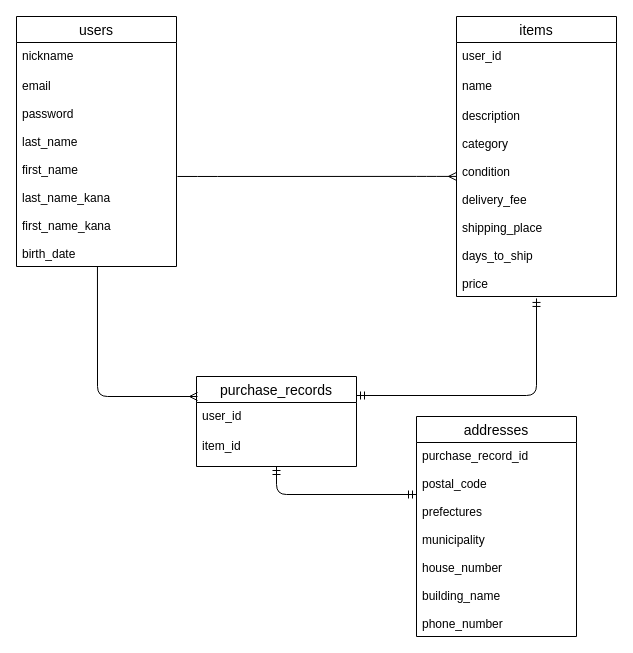
Above: database.dio in shu-matsu09/furima-33356 (draw.io), before the change. Source tidied: cells renumbered, new cells numbered last; positions are measured from the earlier drawing's top-left corner, leaving out a move shared by most shapes. Both pictures are drawn from the tidied source at 100%, with x=0, y=0 at pixel (16, 16).
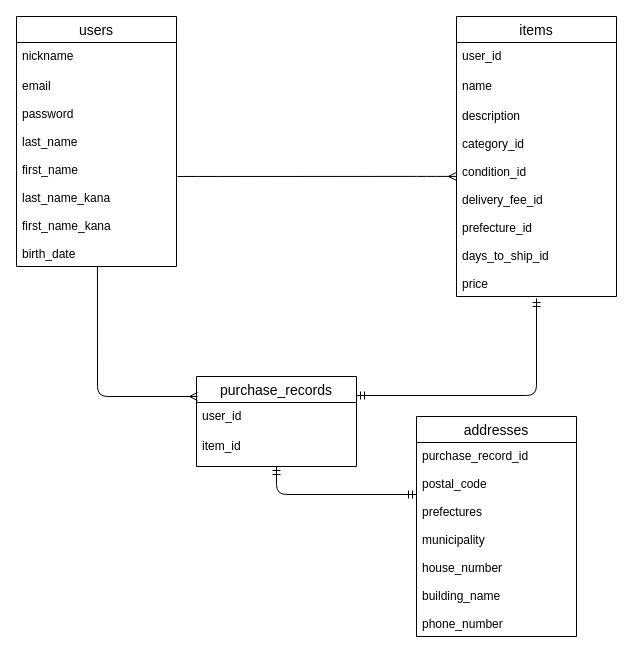
Above is the later version.

Commit message (it also covers changes not shown here):
テーブル設計の修正

Unchanged cells that the change refers to:
```xml
<mxCell id="5" value="items" style="swimlane;fontStyle=0;horizontal=1;startSize=26;align=center;fontSize=14;rounded=0;sketch=0;" parent="1" vertex="1">
  <mxGeometry x="440" width="160" height="280" as="geometry" />
</mxCell>
```

What changed in the source:
```diff
@@
-    <mxCell id="8" value="description&#10;&#10;category&#10;&#10;condition&#10;&#10;delivery_fee&#10;&#10;shipping_place&#10;&#10;days_to_ship&#10;&#10;price" style="text;strokeColor=none;fillColor=none;spacingLeft=4;spacingRight=4;overflow=hidden;points=[[0,0.5],[1,0.5]];portConstraint=eastwest;fontSize=12;" parent="5" vertex="1">
+    <mxCell id="8" value="description&#10;&#10;category_id&#10;&#10;condition_id&#10;&#10;delivery_fee_id&#10;&#10;prefecture_id&#10;&#10;days_to_ship_id&#10;&#10;price" style="text;strokeColor=none;fillColor=none;spacingLeft=4;spacingRight=4;overflow=hidden;points=[[0,0.5],[1,0.5]];portConstraint=eastwest;fontSize=12;" parent="5" vertex="1">
       <mxGeometry y="86" width="160" height="194" as="geometry" />
     </mxCell>
```
